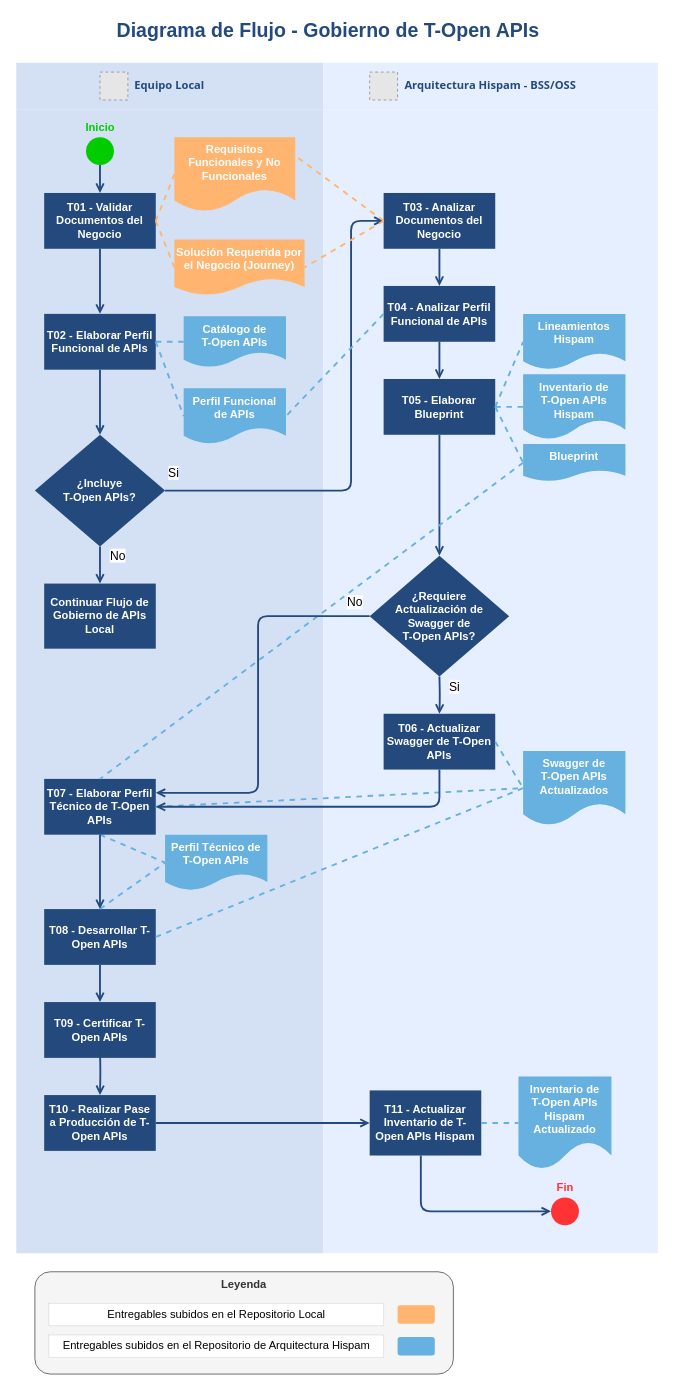
mnunezw/Gobierno-de-APIs keeps this draw.io diagram as page "Diagrama de Flujo" (1 of 2) of Gobierno de T-Open APIs v1.0.drawio. Above is the earlier version. Source tidied: cells renumbered, new cells numbered last; positions are measured from the earlier drawing's top-left corner, leaving out a move shared by most shapes. Both pictures are drawn from the tidied source at 93%, with x=0, y=0 at pixel (16, 16). Pictures stored in the file or linked from it are replaced by grey dashed boxes.
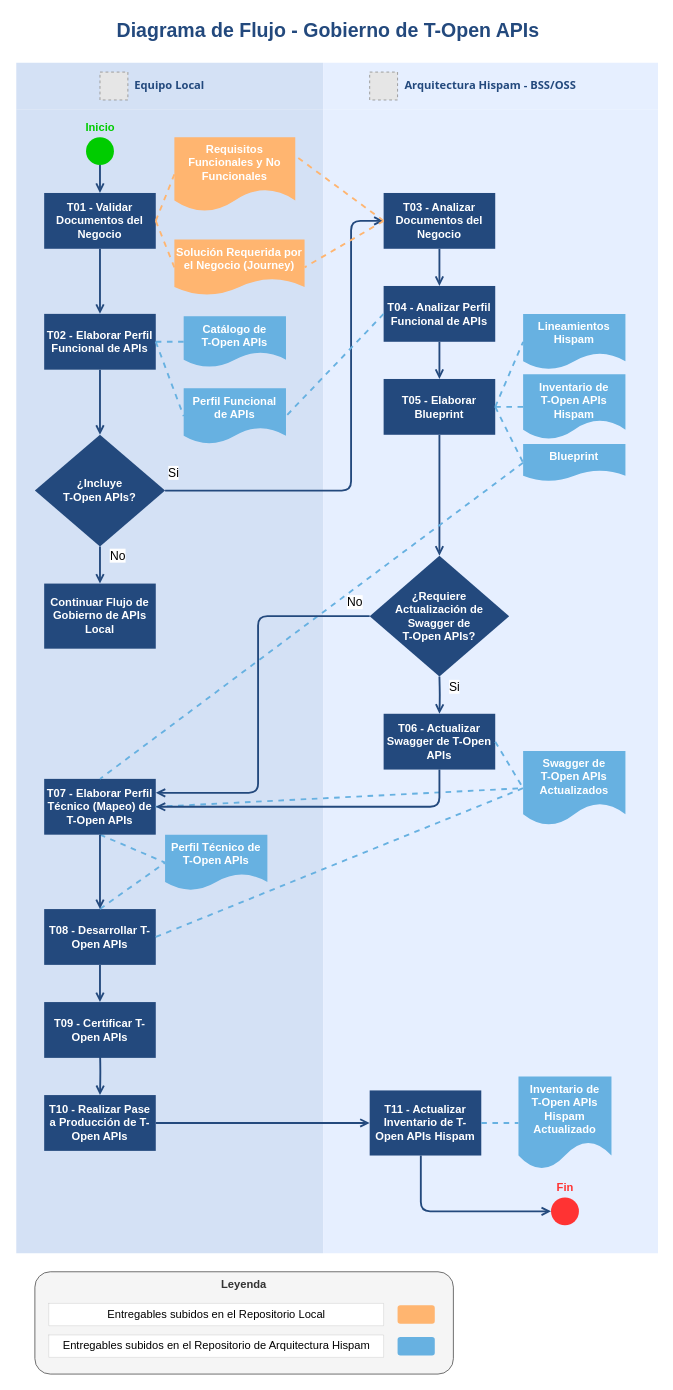
After the change.

Unchanged cells that the change refers to:
```xml
<mxCell id="2" value="&lt;font color=&quot;#23497d&quot;&gt;Equipo Local&lt;/font&gt;" style="swimlane;whiteSpace=wrap;fillColor=#D4E1F5;swimlaneFillColor=#D4E1F5;fontColor=#660000;fontFamily=Tahoma;html=1;strokeColor=none;startSize=50;" parent="1" vertex="1">
  <mxGeometry y="50" width="330" height="1280" as="geometry" />
</mxCell>
```

Diff of the diagram source:
```diff
@@
-    <mxCell id="19" value="T07 - Elaborar Perfil Técnico de T-Open APIs" style="whiteSpace=wrap;strokeColor=none;fillColor=#23497D;shadow=0;fontColor=#FFFFFF;fontFamily=Helvetica;fontStyle=1;html=1;fontSize=12;" parent="2" vertex="1">
+    <mxCell id="19" value="T07 - Elaborar Perfil Técnico (Mapeo) de T-Open APIs" style="whiteSpace=wrap;strokeColor=none;fillColor=#23497D;shadow=0;fontColor=#FFFFFF;fontFamily=Helvetica;fontStyle=1;html=1;fontSize=12;" parent="2" vertex="1">
       <mxGeometry x="30" y="770" width="120" height="60" as="geometry" />
     </mxCell>
```
